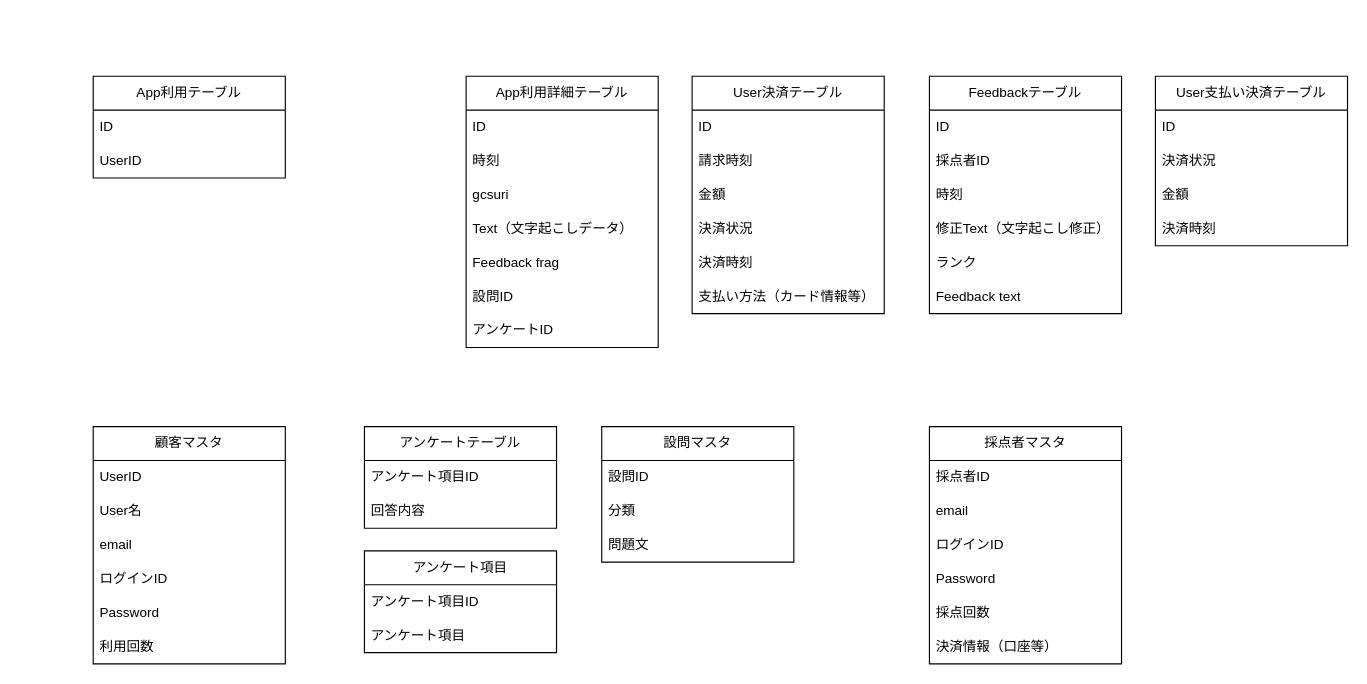
Above: ER図.drawio in tozawahiroya/Step3-Team4-Stripe (draw.io), before the change. Source tidied: cells renumbered, new cells numbered last; positions are measured from the earlier drawing's top-left corner, leaving out a move shared by most shapes. Both pictures are drawn from the tidied source at 113%, with x=0, y=0 at pixel (93, 76).
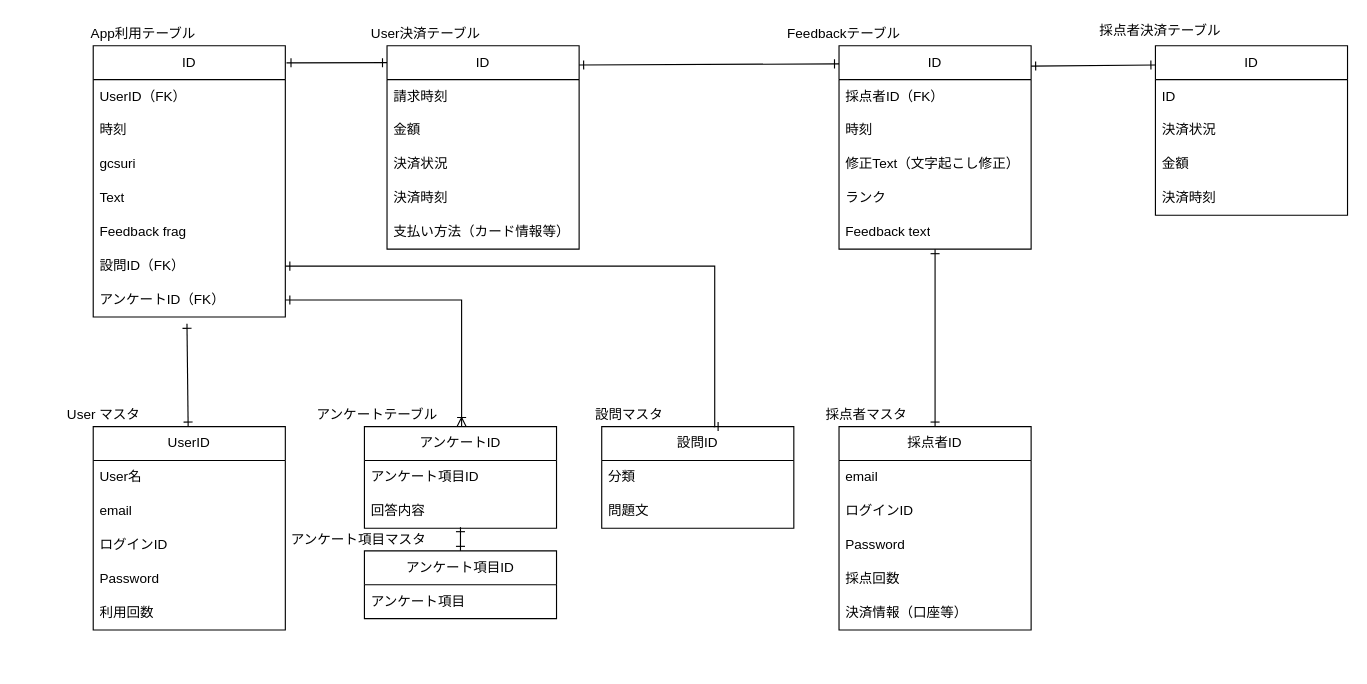
Above is the later version.

Commit message (it also covers changes not shown here):
ER図.drawio を更新します

The change refers to these unchanged cells:
```xml
<mxCell id="52" value="回答内容" style="text;strokeColor=none;fillColor=none;align=left;verticalAlign=middle;spacingLeft=4;spacingRight=4;overflow=hidden;points=[[0,0.5],[1,0.5]];portConstraint=eastwest;whiteSpace=wrap;html=1;" parent="50" vertex="1">
  <mxGeometry y="60" width="170" height="30" as="geometry" />
</mxCell>
```

The edit, as a diff of the source:
```diff
@@
-    <mxCell id="2" value="App利用テーブル" style="swimlane;fontStyle=0;horizontal=1;startSize=30;whiteSpace=wrap;html=1;" parent="1" vertex="1">
-      <mxGeometry width="170" height="90" as="geometry" />
-    </mxCell>
-    <mxCell id="3" value="ID" style="text;strokeColor=none;fillColor=none;align=left;verticalAlign=middle;spacingLeft=4;spacingRight=4;overflow=hidden;whiteSpace=wrap;html=1;" parent="2" vertex="1">
-      <mxGeometry y="30" width="170" height="30" as="geometry" />
-    </mxCell>
-    <mxCell id="4" value="UserID" style="text;strokeColor=none;fillColor=none;align=left;verticalAlign=middle;spacingLeft=4;spacingRight=4;overflow=hidden;whiteSpace=wrap;html=1;" parent="2" vertex="1">
-      <mxGeometry y="60" width="170" height="30" as="geometry" />
-    </mxCell>
-    <mxCell id="5" value="App利用詳細テーブル" style="swimlane;fontStyle=0;horizontal=1;startSize=30;whiteSpace=wrap;html=1;" parent="1" vertex="1">
-      <mxGeometry x="330" width="170" height="240" as="geometry" />
+    <mxCell id="5" value="ID" style="swimlane;fontStyle=0;horizontal=1;startSize=30;whiteSpace=wrap;html=1;" parent="1" vertex="1">
+      <mxGeometry y="-27" width="170" height="240" as="geometry" />
     </mxCell>
-    <mxCell id="6" value="ID" style="text;strokeColor=none;fillColor=none;align=left;verticalAlign=middle;spacingLeft=4;spacingRight=4;overflow=hidden;whiteSpace=wrap;html=1;" parent="5" vertex="1">
-      <mxGeometry y="30" width="170" height="30" as="geometry" />
-    </mxCell>
+    <mxCell id="56" value="UserID（FK）" style="text;strokeColor=none;fillColor=none;align=left;verticalAlign=middle;spacingLeft=4;spacingRight=4;overflow=hidden;whiteSpace=wrap;html=1;" parent="5" vertex="1">
+      <mxGeometry y="30" width="170" height="30" as="geometry" />
+    </mxCell>
@@
-    <mxCell id="9" value="Text（文字起こしデータ）" style="text;strokeColor=none;fillColor=none;align=left;verticalAlign=middle;spacingLeft=4;spacingRight=4;overflow=hidden;whiteSpace=wrap;html=1;" parent="5" vertex="1">
+    <mxCell id="9" value="Text" style="text;strokeColor=none;fillColor=none;align=left;verticalAlign=middle;spacingLeft=4;spacingRight=4;overflow=hidden;whiteSpace=wrap;html=1;" parent="5" vertex="1">
       <mxGeometry y="120" width="170" height="30" as="geometry" />
     </mxCell>
@@
-    <mxCell id="11" value="設問ID" style="text;strokeColor=none;fillColor=none;align=left;verticalAlign=middle;spacingLeft=4;spacingRight=4;overflow=hidden;points=[[0,0.5],[1,0.5]];portConstraint=eastwest;whiteSpace=wrap;html=1;" parent="5" vertex="1">
+    <mxCell id="11" value="設問ID（FK）" style="text;strokeColor=none;fillColor=none;align=left;verticalAlign=middle;spacingLeft=4;spacingRight=4;overflow=hidden;points=[[0,0.5],[1,0.5]];portConstraint=eastwest;whiteSpace=wrap;html=1;" parent="5" vertex="1">
       <mxGeometry y="180" width="170" height="30" as="geometry" />
     </mxCell>
-    <mxCell id="12" value="アンケートID" style="text;strokeColor=none;fillColor=none;align=left;verticalAlign=middle;spacingLeft=4;spacingRight=4;overflow=hidden;points=[[0,0.5],[1,0.5]];portConstraint=eastwest;whiteSpace=wrap;html=1;" parent="5" vertex="1">
+    <mxCell id="12" value="アンケートID（FK）" style="text;strokeColor=none;fillColor=none;align=left;verticalAlign=middle;spacingLeft=4;spacingRight=4;overflow=hidden;points=[[0,0.5],[1,0.5]];portConstraint=eastwest;whiteSpace=wrap;html=1;" parent="5" vertex="1">
       <mxGeometry y="210" width="170" height="30" as="geometry" />
     </mxCell>
-    <mxCell id="13" value="顧客マスタ" style="swimlane;fontStyle=0;horizontal=1;startSize=30;whiteSpace=wrap;html=1;" parent="1" vertex="1">
-      <mxGeometry y="310" width="170" height="210" as="geometry" />
+    <mxCell id="13" value="UserID" style="swimlane;fontStyle=0;horizontal=1;startSize=30;whiteSpace=wrap;html=1;" parent="1" vertex="1">
+      <mxGeometry y="310" width="170" height="180" as="geometry" />
     </mxCell>
-    <mxCell id="14" value="UserID" style="text;strokeColor=none;fillColor=none;align=left;verticalAlign=middle;spacingLeft=4;spacingRight=4;overflow=hidden;whiteSpace=wrap;html=1;" parent="13" vertex="1">
-      <mxGeometry y="30" width="170" height="30" as="geometry" />
-    </mxCell>
     <mxCell id="15" value="User名" style="text;strokeColor=none;fillColor=none;align=left;verticalAlign=middle;spacingLeft=4;spacingRight=4;overflow=hidden;whiteSpace=wrap;html=1;" parent="13" vertex="1">
-      <mxGeometry y="60" width="170" height="30" as="geometry" />
+      <mxGeometry y="30" width="170" height="30" as="geometry" />
     </mxCell>
     <mxCell id="16" value="email" style="text;strokeColor=none;fillColor=none;align=left;verticalAlign=middle;spacingLeft=4;spacingRight=4;overflow=hidden;whiteSpace=wrap;html=1;" parent="13" vertex="1">
-      <mxGeometry y="90" width="170" height="30" as="geometry" />
+      <mxGeometry y="60" width="170" height="30" as="geometry" />
     </mxCell>
     <mxCell id="17" value="ログインID" style="text;strokeColor=none;fillColor=none;align=left;verticalAlign=middle;spacingLeft=4;spacingRight=4;overflow=hidden;whiteSpace=wrap;html=1;" parent="13" vertex="1">
-      <mxGeometry y="120" width="170" height="30" as="geometry" />
+      <mxGeometry y="90" width="170" height="30" as="geometry" />
     </mxCell>
     <mxCell id="18" value="Password" style="text;strokeColor=none;fillColor=none;align=left;verticalAlign=middle;spacingLeft=4;spacingRight=4;overflow=hidden;whiteSpace=wrap;html=1;" parent="13" vertex="1">
-      <mxGeometry y="150" width="170" height="30" as="geometry" />
+      <mxGeometry y="120" width="170" height="30" as="geometry" />
     </mxCell>
     <mxCell id="19" value="利用回数" style="text;strokeColor=none;fillColor=none;align=left;verticalAlign=middle;spacingLeft=4;spacingRight=4;overflow=hidden;whiteSpace=wrap;html=1;" parent="13" vertex="1">
-      <mxGeometry y="180" width="170" height="30" as="geometry" />
+      <mxGeometry y="150" width="170" height="30" as="geometry" />
     </mxCell>
-    <mxCell id="20" value="User決済テーブル" style="swimlane;fontStyle=0;horizontal=1;startSize=30;whiteSpace=wrap;html=1;" parent="1" vertex="1">
-      <mxGeometry x="530" width="170" height="210" as="geometry" />
+    <mxCell id="20" value="ID" style="swimlane;fontStyle=0;horizontal=1;startSize=30;whiteSpace=wrap;html=1;" parent="1" vertex="1">
+      <mxGeometry x="260" y="-27" width="170" height="180" as="geometry" />
     </mxCell>
-    <mxCell id="21" value="ID" style="text;strokeColor=none;fillColor=none;align=left;verticalAlign=middle;spacingLeft=4;spacingRight=4;overflow=hidden;whiteSpace=wrap;html=1;" parent="20" vertex="1">
-      <mxGeometry y="30" width="170" height="30" as="geometry" />
-    </mxCell>
     <mxCell id="22" value="請求時刻" style="text;strokeColor=none;fillColor=none;align=left;verticalAlign=middle;spacingLeft=4;spacingRight=4;overflow=hidden;whiteSpace=wrap;html=1;" parent="20" vertex="1">
-      <mxGeometry y="60" width="170" height="30" as="geometry" />
+      <mxGeometry y="30" width="170" height="30" as="geometry" />
     </mxCell>
     <mxCell id="23" value="金額" style="text;strokeColor=none;fillColor=none;align=left;verticalAlign=middle;spacingLeft=4;spacingRight=4;overflow=hidden;whiteSpace=wrap;html=1;" parent="20" vertex="1">
-      <mxGeometry y="90" width="170" height="30" as="geometry" />
+      <mxGeometry y="60" width="170" height="30" as="geometry" />
     </mxCell>
     <mxCell id="24" value="決済状況" style="text;strokeColor=none;fillColor=none;align=left;verticalAlign=middle;spacingLeft=4;spacingRight=4;overflow=hidden;whiteSpace=wrap;html=1;" parent="20" vertex="1">
-      <mxGeometry y="120" width="170" height="30" as="geometry" />
+      <mxGeometry y="90" width="170" height="30" as="geometry" />
     </mxCell>
     <mxCell id="25" value="決済時刻" style="text;strokeColor=none;fillColor=none;align=left;verticalAlign=middle;spacingLeft=4;spacingRight=4;overflow=hidden;whiteSpace=wrap;html=1;" parent="20" vertex="1">
-      <mxGeometry y="150" width="170" height="30" as="geometry" />
+      <mxGeometry y="120" width="170" height="30" as="geometry" />
     </mxCell>
     <mxCell id="26" value="支払い方法（カード情報等）" style="text;strokeColor=none;fillColor=none;align=left;verticalAlign=middle;spacingLeft=4;spacingRight=4;overflow=hidden;whiteSpace=wrap;html=1;" parent="20" vertex="1">
-      <mxGeometry y="180" width="170" height="30" as="geometry" />
+      <mxGeometry y="150" width="170" height="30" as="geometry" />
     </mxCell>
-    <mxCell id="27" value="Feedbackテーブル" style="swimlane;fontStyle=0;horizontal=1;startSize=30;whiteSpace=wrap;html=1;" parent="1" vertex="1">
-      <mxGeometry x="740" width="170" height="210" as="geometry" />
+    <mxCell id="27" value="ID" style="swimlane;fontStyle=0;horizontal=1;startSize=30;whiteSpace=wrap;html=1;" parent="1" vertex="1">
+      <mxGeometry x="660" y="-27" width="170" height="180" as="geometry" />
     </mxCell>
-    <mxCell id="28" value="ID" style="text;strokeColor=none;fillColor=none;align=left;verticalAlign=middle;spacingLeft=4;spacingRight=4;overflow=hidden;whiteSpace=wrap;html=1;" parent="27" vertex="1">
-      <mxGeometry y="30" width="170" height="30" as="geometry" />
-    </mxCell>
-    <mxCell id="29" value="採点者ID" style="text;strokeColor=none;fillColor=none;align=left;verticalAlign=middle;spacingLeft=4;spacingRight=4;overflow=hidden;whiteSpace=wrap;html=1;" parent="27" vertex="1">
-      <mxGeometry y="60" width="170" height="30" as="geometry" />
+    <mxCell id="29" value="採点者ID（FK）" style="text;strokeColor=none;fillColor=none;align=left;verticalAlign=middle;spacingLeft=4;spacingRight=4;overflow=hidden;whiteSpace=wrap;html=1;" parent="27" vertex="1">
+      <mxGeometry y="30" width="170" height="30" as="geometry" />
     </mxCell>
     <mxCell id="30" value="時刻" style="text;strokeColor=none;fillColor=none;align=left;verticalAlign=middle;spacingLeft=4;spacingRight=4;overflow=hidden;whiteSpace=wrap;html=1;" parent="27" vertex="1">
-      <mxGeometry y="90" width="170" height="30" as="geometry" />
+      <mxGeometry y="60" width="170" height="30" as="geometry" />
     </mxCell>
     <mxCell id="31" value="修正Text（文字起こし修正）" style="text;strokeColor=none;fillColor=none;align=left;verticalAlign=middle;spacingLeft=4;spacingRight=4;overflow=hidden;whiteSpace=wrap;html=1;" parent="27" vertex="1">
-      <mxGeometry y="120" width="170" height="30" as="geometry" />
+      <mxGeometry y="90" width="170" height="30" as="geometry" />
     </mxCell>
     <mxCell id="32" value="ランク" style="text;strokeColor=none;fillColor=none;align=left;verticalAlign=middle;spacingLeft=4;spacingRight=4;overflow=hidden;whiteSpace=wrap;html=1;" parent="27" vertex="1">
-      <mxGeometry y="150" width="170" height="30" as="geometry" />
+      <mxGeometry y="120" width="170" height="30" as="geometry" />
     </mxCell>
     <mxCell id="33" value="Feedback text" style="text;strokeColor=none;fillColor=none;align=left;verticalAlign=middle;spacingLeft=4;spacingRight=4;overflow=hidden;points=[[0,0.5],[1,0.5]];portConstraint=eastwest;whiteSpace=wrap;html=1;" parent="27" vertex="1">
-      <mxGeometry y="180" width="170" height="30" as="geometry" />
+      <mxGeometry y="150" width="170" height="30" as="geometry" />
     </mxCell>
-    <mxCell id="34" value="設問マスタ" style="swimlane;fontStyle=0;horizontal=1;startSize=30;whiteSpace=wrap;html=1;" parent="1" vertex="1">
-      <mxGeometry x="450" y="310" width="170" height="120" as="geometry" />
+    <mxCell id="34" value="設問ID" style="swimlane;fontStyle=0;horizontal=1;startSize=30;whiteSpace=wrap;html=1;" parent="1" vertex="1">
+      <mxGeometry x="450" y="310" width="170" height="90" as="geometry" />
     </mxCell>
-    <mxCell id="35" value="設問ID" style="text;strokeColor=none;fillColor=none;align=left;verticalAlign=middle;spacingLeft=4;spacingRight=4;overflow=hidden;whiteSpace=wrap;html=1;" parent="34" vertex="1">
-      <mxGeometry y="30" width="170" height="30" as="geometry" />
-    </mxCell>
     <mxCell id="36" value="分類" style="text;strokeColor=none;fillColor=none;align=left;verticalAlign=middle;spacingLeft=4;spacingRight=4;overflow=hidden;whiteSpace=wrap;html=1;" parent="34" vertex="1">
-      <mxGeometry y="60" width="170" height="30" as="geometry" />
+      <mxGeometry y="30" width="170" height="30" as="geometry" />
     </mxCell>
     <mxCell id="37" value="問題文" style="text;strokeColor=none;fillColor=none;align=left;verticalAlign=middle;spacingLeft=4;spacingRight=4;overflow=hidden;whiteSpace=wrap;html=1;" parent="34" vertex="1">
-      <mxGeometry y="90" width="170" height="30" as="geometry" />
+      <mxGeometry y="60" width="170" height="30" as="geometry" />
     </mxCell>
-    <mxCell id="38" value="User支払い決済テーブル" style="swimlane;fontStyle=0;horizontal=1;startSize=30;whiteSpace=wrap;html=1;" parent="1" vertex="1">
-      <mxGeometry x="940" width="170" height="150" as="geometry" />
+    <mxCell id="38" value="ID" style="swimlane;fontStyle=0;horizontal=1;startSize=30;whiteSpace=wrap;html=1;" parent="1" vertex="1">
+      <mxGeometry x="940" y="-27" width="170" height="150" as="geometry" />
     </mxCell>
@@
-    <mxCell id="43" value="採点者マスタ" style="swimlane;fontStyle=0;horizontal=1;startSize=30;whiteSpace=wrap;html=1;" parent="1" vertex="1">
-      <mxGeometry x="740" y="310" width="170" height="210" as="geometry" />
+    <mxCell id="43" value="採点者ID" style="swimlane;fontStyle=0;horizontal=1;startSize=30;whiteSpace=wrap;html=1;" parent="1" vertex="1">
+      <mxGeometry x="660" y="310" width="170" height="180" as="geometry" />
     </mxCell>
-    <mxCell id="44" value="採点者ID" style="text;strokeColor=none;fillColor=none;align=left;verticalAlign=middle;spacingLeft=4;spacingRight=4;overflow=hidden;whiteSpace=wrap;html=1;" parent="43" vertex="1">
-      <mxGeometry y="30" width="170" height="30" as="geometry" />
-    </mxCell>
     <mxCell id="45" value="email" style="text;strokeColor=none;fillColor=none;align=left;verticalAlign=middle;spacingLeft=4;spacingRight=4;overflow=hidden;whiteSpace=wrap;html=1;" parent="43" vertex="1">
-      <mxGeometry y="60" width="170" height="30" as="geometry" />
+      <mxGeometry y="30" width="170" height="30" as="geometry" />
     </mxCell>
     <mxCell id="46" value="ログインID" style="text;strokeColor=none;fillColor=none;align=left;verticalAlign=middle;spacingLeft=4;spacingRight=4;overflow=hidden;whiteSpace=wrap;html=1;" parent="43" vertex="1">
-      <mxGeometry y="90" width="170" height="30" as="geometry" />
+      <mxGeometry y="60" width="170" height="30" as="geometry" />
     </mxCell>
     <mxCell id="47" value="Password" style="text;strokeColor=none;fillColor=none;align=left;verticalAlign=middle;spacingLeft=4;spacingRight=4;overflow=hidden;whiteSpace=wrap;html=1;" parent="43" vertex="1">
-      <mxGeometry y="120" width="170" height="30" as="geometry" />
+      <mxGeometry y="90" width="170" height="30" as="geometry" />
     </mxCell>
     <mxCell id="48" value="採点回数" style="text;strokeColor=none;fillColor=none;align=left;verticalAlign=middle;spacingLeft=4;spacingRight=4;overflow=hidden;whiteSpace=wrap;html=1;" parent="43" vertex="1">
-      <mxGeometry y="150" width="170" height="30" as="geometry" />
+      <mxGeometry y="120" width="170" height="30" as="geometry" />
     </mxCell>
     <mxCell id="49" value="決済情報（口座等）" style="text;strokeColor=none;fillColor=none;align=left;verticalAlign=middle;spacingLeft=4;spacingRight=4;overflow=hidden;whiteSpace=wrap;html=1;" parent="43" vertex="1">
-      <mxGeometry y="180" width="170" height="30" as="geometry" />
+      <mxGeometry y="150" width="170" height="30" as="geometry" />
     </mxCell>
-    <mxCell id="50" value="アンケートテーブル" style="swimlane;fontStyle=0;horizontal=1;startSize=30;whiteSpace=wrap;html=1;" parent="1" vertex="1">
+    <mxCell id="50" value="アンケートID" style="swimlane;fontStyle=0;horizontal=1;startSize=30;whiteSpace=wrap;html=1;" parent="1" vertex="1">
       <mxGeometry x="240" y="310" width="170" height="90" as="geometry" />
     </mxCell>
@@
-    <mxCell id="53" value="アンケート項目" style="swimlane;fontStyle=0;horizontal=1;startSize=30;whiteSpace=wrap;html=1;" parent="1" vertex="1">
-      <mxGeometry x="240" y="420" width="170" height="90" as="geometry" />
+    <mxCell id="53" value="アンケート項目ID" style="swimlane;fontStyle=0;horizontal=1;startSize=30;whiteSpace=wrap;html=1;" parent="1" vertex="1">
+      <mxGeometry x="240" y="420" width="170" height="60" as="geometry" />
     </mxCell>
-    <mxCell id="54" value="アンケート項目ID" style="text;strokeColor=none;fillColor=none;align=left;verticalAlign=middle;spacingLeft=4;spacingRight=4;overflow=hidden;whiteSpace=wrap;html=1;" parent="53" vertex="1">
-      <mxGeometry y="30" width="170" height="30" as="geometry" />
-    </mxCell>
     <mxCell id="55" value="アンケート項目" style="text;strokeColor=none;fillColor=none;align=left;verticalAlign=middle;spacingLeft=4;spacingRight=4;overflow=hidden;whiteSpace=wrap;html=1;" parent="53" vertex="1">
-      <mxGeometry y="60" width="170" height="30" as="geometry" />
+      <mxGeometry y="30" width="170" height="30" as="geometry" />
     </mxCell>
+    <mxCell id="57" style="endArrow=ERone;html=1;rounded=0;curved=1;entryX=0.5;entryY=0;entryDx=0;entryDy=0;startArrow=ERone;startFill=0;endFill=0;exitX=0.5;exitY=0.967;exitDx=0;exitDy=0;exitPerimeter=0;" parent="1" edge="1" source="52" target="53">
+      <mxGeometry relative="1" as="geometry" />
+    </mxCell>
+    <mxCell id="58" style="endArrow=ERone;html=1;rounded=0;curved=1;startArrow=ERone;startFill=0;endFill=0;exitX=0.5;exitY=0;exitDx=0;exitDy=0;exitPerimeter=0;" parent="1" edge="1" source="43" target="33">
+      <mxGeometry relative="1" as="geometry" />
+    </mxCell>
+    <mxCell id="2" value="App利用テーブル" style="rounded=0;whiteSpace=wrap;html=1;fillColor=none;strokeColor=none;" parent="1" vertex="1">
+      <mxGeometry x="-30" y="-47" width="149" height="20" as="geometry" />
+    </mxCell>
+    <mxCell id="59" value="User決済テーブル" style="rounded=0;whiteSpace=wrap;html=1;fillColor=none;strokeColor=none;" parent="1" vertex="1">
+      <mxGeometry x="220" y="-47" width="149" height="20" as="geometry" />
+    </mxCell>
+    <mxCell id="60" value="Feedbackテーブル" style="rounded=0;whiteSpace=wrap;html=1;fillColor=none;strokeColor=none;" parent="1" vertex="1">
+      <mxGeometry x="590" y="-47" width="149" height="20" as="geometry" />
+    </mxCell>
+    <mxCell id="61" value="採点者決済テーブル" style="rounded=0;whiteSpace=wrap;html=1;fillColor=none;strokeColor=none;" parent="1" vertex="1">
+      <mxGeometry x="870" y="-50" width="149" height="20" as="geometry" />
+    </mxCell>
+    <mxCell id="62" value="採点者マスタ" style="rounded=0;whiteSpace=wrap;html=1;fillColor=none;strokeColor=none;" parent="1" vertex="1">
+      <mxGeometry x="610" y="290" width="149" height="20" as="geometry" />
+    </mxCell>
+    <mxCell id="63" value="設問マスタ" style="rounded=0;whiteSpace=wrap;html=1;fillColor=none;strokeColor=none;" parent="1" vertex="1">
+      <mxGeometry x="400" y="290" width="149" height="20" as="geometry" />
+    </mxCell>
+    <mxCell id="64" value="アンケートテーブル" style="rounded=0;whiteSpace=wrap;html=1;fillColor=none;strokeColor=none;" parent="1" vertex="1">
+      <mxGeometry x="177" y="290" width="149" height="20" as="geometry" />
+    </mxCell>
+    <mxCell id="65" value="User マスタ" style="rounded=0;whiteSpace=wrap;html=1;fillColor=none;strokeColor=none;" parent="1" vertex="1">
+      <mxGeometry x="-65" y="290" width="149" height="20" as="geometry" />
+    </mxCell>
+    <mxCell id="66" value="アンケート項目マスタ" style="rounded=0;whiteSpace=wrap;html=1;fillColor=none;strokeColor=none;" parent="1" vertex="1">
+      <mxGeometry x="170" y="400" width="130" height="20" as="geometry" />
+    </mxCell>
+    <mxCell id="67" style="endArrow=ERone;html=1;rounded=0;curved=1;startArrow=ERone;startFill=0;endFill=0;exitX=1;exitY=1;exitDx=0;exitDy=0;entryX=0.488;entryY=1.2;entryDx=0;entryDy=0;entryPerimeter=0;" parent="1" edge="1" source="65" target="12">
+      <mxGeometry relative="1" as="geometry" />
+    </mxCell>
+    <mxCell id="68" style="endArrow=ERone;html=1;rounded=0;startArrow=ERoneToMany;startFill=0;endFill=0;exitX=1;exitY=1;exitDx=0;exitDy=0;entryX=1;entryY=0.5;entryDx=0;entryDy=0;edgeStyle=elbowEdgeStyle;" parent="1" edge="1" source="64" target="12">
+      <mxGeometry relative="1" as="geometry">
+        <Array as="points">
+          <mxPoint x="326" y="250" />
+        </Array>
+      </mxGeometry>
+    </mxCell>
+    <mxCell id="69" style="endArrow=ERone;html=1;rounded=0;startArrow=ERone;startFill=0;endFill=0;exitX=1;exitY=1;exitDx=0;exitDy=0;entryX=1;entryY=0.5;entryDx=0;entryDy=0;edgeStyle=elbowEdgeStyle;" parent="1" edge="1" source="63" target="11">
+      <mxGeometry relative="1" as="geometry">
+        <Array as="points">
+          <mxPoint x="550" y="220" />
+        </Array>
+      </mxGeometry>
+    </mxCell>
+    <mxCell id="70" style="endArrow=ERone;html=1;rounded=0;curved=1;startArrow=ERone;startFill=0;endFill=0;exitX=0;exitY=0.083;exitDx=0;exitDy=0;exitPerimeter=0;entryX=1.006;entryY=0.063;entryDx=0;entryDy=0;entryPerimeter=0;" parent="1" edge="1" source="20" target="5">
+      <mxGeometry relative="1" as="geometry" />
+    </mxCell>
+    <mxCell id="71" style="endArrow=ERone;html=1;rounded=0;curved=1;startArrow=ERone;startFill=0;endFill=0;exitX=0;exitY=0.089;exitDx=0;exitDy=0;exitPerimeter=0;" parent="1" edge="1" source="27">
+      <mxGeometry relative="1" as="geometry">
+        <mxPoint x="430" y="-10" as="targetPoint" />
+      </mxGeometry>
+    </mxCell>
+    <mxCell id="72" style="endArrow=ERone;html=1;rounded=0;curved=1;startArrow=ERone;startFill=0;endFill=0;exitX=0;exitY=0.089;exitDx=0;exitDy=0;exitPerimeter=0;" parent="1" edge="1">
+      <mxGeometry relative="1" as="geometry">
+        <mxPoint x="940" y="-10" as="sourcePoint" />
+        <mxPoint x="830" y="-9" as="targetPoint" />
+      </mxGeometry>
+    </mxCell>
```
